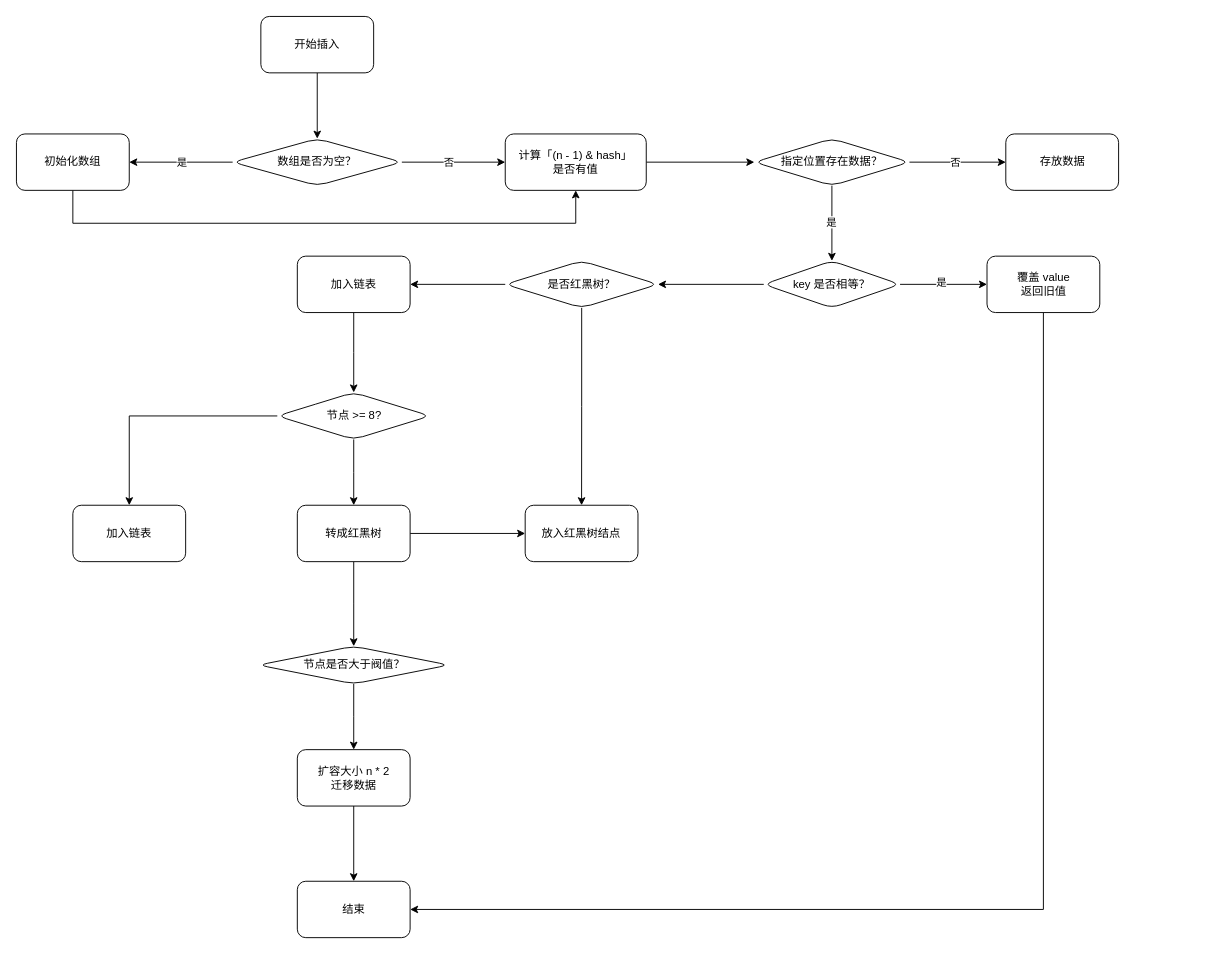
This is HashMap 插入过程.drawio from HaiHuangCHN/diagrams, a draw.io file, before an edit. Source tidied: cells renumbered, new cells numbered last; positions are measured from the earlier drawing's top-left corner, leaving out a move shared by most shapes. Both pictures are drawn from the tidied source at 94%, with x=0, y=0 at pixel (16, 16).
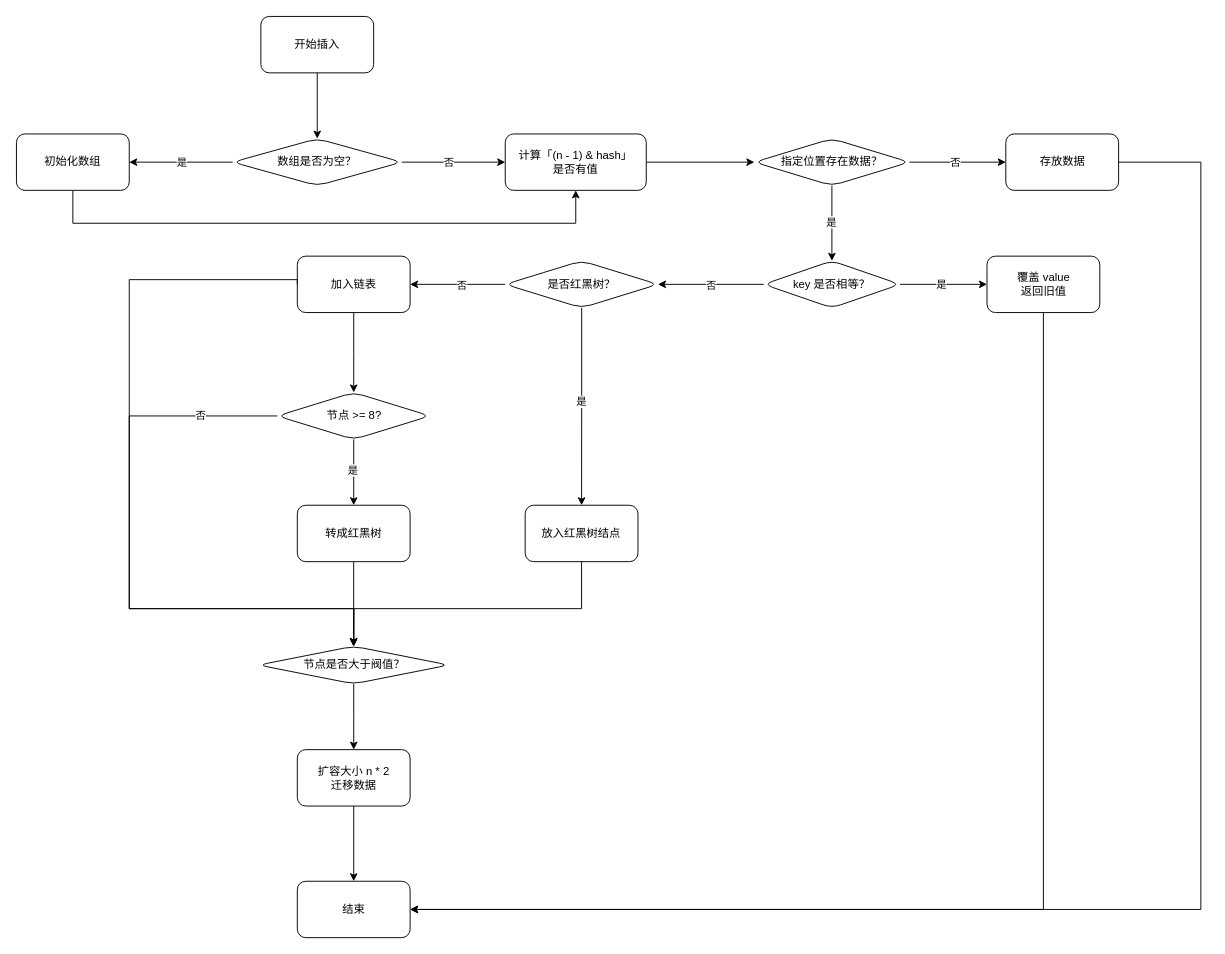
The same page after the edit.

Commit message:
更新HashMap 插入过程.drawio

Unchanged cells that the change refers to:
```xml
<mxCell id="18" value="存放数据" style="whiteSpace=wrap;html=1;rounded=1;" parent="1" vertex="1">
  <mxGeometry x="1052.5" y="125" width="120" height="60" as="geometry" />
</mxCell>
<mxCell id="19" style="edgeStyle=orthogonalEdgeStyle;rounded=0;jettySize=auto;html=1;" parent="1" edge="1" source="22" target="24">
  <mxGeometry relative="1" as="geometry" />
</mxCell>
<mxCell id="21" style="edgeStyle=orthogonalEdgeStyle;rounded=0;jettySize=auto;html=1;" parent="1" edge="1" source="22" target="27">
  <mxGeometry relative="1" as="geometry" />
</mxCell>
<mxCell id="25" style="edgeStyle=orthogonalEdgeStyle;rounded=0;jettySize=auto;html=1;" parent="1" edge="1" source="27" target="28">
  <mxGeometry relative="1" as="geometry" />
</mxCell>
<mxCell id="26" style="edgeStyle=orthogonalEdgeStyle;rounded=0;jettySize=auto;html=1;" parent="1" edge="1" source="27" target="30">
  <mxGeometry relative="1" as="geometry" />
</mxCell>
<mxCell id="28" value="放入红黑树结点" style="whiteSpace=wrap;html=1;rounded=1;" parent="1" vertex="1">
  <mxGeometry x="541.2" y="520" width="120" height="60" as="geometry" />
</mxCell>
<mxCell id="30" value="加入链表" style="whiteSpace=wrap;html=1;rounded=1;" parent="1" vertex="1">
  <mxGeometry x="298.8" y="255" width="120" height="60" as="geometry" />
</mxCell>
<mxCell id="31" style="edgeStyle=orthogonalEdgeStyle;rounded=0;jettySize=auto;html=1;" parent="1" edge="1" source="33" target="36">
  <mxGeometry relative="1" as="geometry" />
</mxCell>
<mxCell id="33" value="节点 &amp;gt;= 8?" style="rhombus;whiteSpace=wrap;html=1;rounded=1;" parent="1" vertex="1">
  <mxGeometry x="277.5" y="400" width="162.5" height="50" as="geometry" />
</mxCell>
<mxCell id="36" value="转成红黑树" style="whiteSpace=wrap;html=1;rounded=1;" parent="1" vertex="1">
  <mxGeometry x="298.8" y="520" width="120" height="60" as="geometry" />
</mxCell>
<mxCell id="39" value="节点是否大于阀值？" style="rhombus;whiteSpace=wrap;html=1;rounded=1;" parent="1" vertex="1">
  <mxGeometry x="257.5" y="670" width="202.5" height="40" as="geometry" />
</mxCell>
<mxCell id="42" value="结束" style="whiteSpace=wrap;html=1;rounded=1;" parent="1" vertex="1">
  <mxGeometry x="298.8" y="920" width="120" height="60" as="geometry" />
</mxCell>
```

Diff of the diagram source:
```diff
@@
+    <mxCell id="43" style="edgeStyle=orthogonalEdgeStyle;rounded=0;jettySize=auto;html=1;entryX=1;entryY=0.5;entryDx=0;entryDy=0;" parent="1" edge="1" source="18" target="42">
+      <mxGeometry relative="1" as="geometry">
+        <Array as="points">
+          <mxPoint x="1260" y="155" />
+          <mxPoint x="1260" y="950" />
+        </Array>
+      </mxGeometry>
+    </mxCell>
@@
     <mxCell id="20" value="是" style="edgeLabel;html=1;align=center;verticalAlign=middle;" parent="19" vertex="1">
       <mxGeometry x="-0.06" y="-2" relative="1" as="geometry">
-        <mxPoint y="-5" as="offset" />
+        <mxPoint y="-3" as="offset" />
       </mxGeometry>
     </mxCell>
@@
+    <mxCell id="44" value="否" style="edgeLabel;html=1;align=center;verticalAlign=middle;" parent="21" vertex="1">
+      <mxGeometry y="1" relative="1" as="geometry">
+        <mxPoint x="-1" y="-1" as="offset" />
+      </mxGeometry>
+    </mxCell>
@@
+    <mxCell id="45" value="是" style="edgeLabel;html=1;align=center;verticalAlign=middle;" parent="25" vertex="1">
+      <mxGeometry x="-0.05" y="1" relative="1" as="geometry">
+        <mxPoint x="-2" as="offset" />
+      </mxGeometry>
+    </mxCell>
@@
+    <mxCell id="46" value="否" style="edgeLabel;html=1;align=center;verticalAlign=middle;" parent="26" vertex="1">
+      <mxGeometry x="-0.07" y="1" relative="1" as="geometry">
+        <mxPoint y="-1" as="offset" />
+      </mxGeometry>
+    </mxCell>
@@
+    <mxCell id="47" style="edgeStyle=orthogonalEdgeStyle;rounded=0;jettySize=auto;html=1;entryX=0.5;entryY=0;entryDx=0;entryDy=0;" parent="1" edge="1" source="28" target="39">
+      <mxGeometry relative="1" as="geometry">
+        <Array as="points">
+          <mxPoint x="601" y="630" />
+          <mxPoint x="359" y="630" />
+        </Array>
+      </mxGeometry>
+    </mxCell>
@@
-    <mxCell id="32" style="edgeStyle=orthogonalEdgeStyle;rounded=0;jettySize=auto;html=1;" parent="1" edge="1" source="33" target="37">
-      <mxGeometry relative="1" as="geometry" />
-    </mxCell>
+    <mxCell id="48" value="是" style="edgeLabel;html=1;align=center;verticalAlign=middle;" parent="31" vertex="1">
+      <mxGeometry x="-0.05" y="2" relative="1" as="geometry">
+        <mxPoint x="-3" as="offset" />
+      </mxGeometry>
+    </mxCell>
+    <mxCell id="49" style="edgeStyle=orthogonalEdgeStyle;rounded=0;jettySize=auto;html=1;entryX=0.5;entryY=0;entryDx=0;entryDy=0;" parent="1" edge="1" source="33" target="39">
+      <mxGeometry relative="1" as="geometry">
+        <Array as="points">
+          <mxPoint x="120" y="425" />
+          <mxPoint x="120" y="630" />
+          <mxPoint x="359" y="630" />
+        </Array>
+      </mxGeometry>
+    </mxCell>
+    <mxCell id="50" value="否" style="edgeLabel;html=1;align=center;verticalAlign=middle;" parent="49" vertex="1">
+      <mxGeometry x="-0.74" y="-3" relative="1" as="geometry">
+        <mxPoint x="1" y="2" as="offset" />
+      </mxGeometry>
+    </mxCell>
@@
-    <mxCell id="34" style="edgeStyle=orthogonalEdgeStyle;rounded=0;jettySize=auto;html=1;entryX=0;entryY=0.5;entryDx=0;entryDy=0;" parent="1" edge="1" source="36" target="28">
-      <mxGeometry relative="1" as="geometry" />
-    </mxCell>
-    <mxCell id="35" style="edgeStyle=orthogonalEdgeStyle;rounded=0;jettySize=auto;html=1;" parent="1" edge="1" source="36" target="39">
+    <mxCell id="35" style="edgeStyle=orthogonalEdgeStyle;rounded=0;jettySize=auto;html=1;entryX=0.5;entryY=0;entryDx=0;entryDy=0;" parent="1" edge="1" source="36" target="39">
       <mxGeometry relative="1" as="geometry" />
     </mxCell>
@@
-    <mxCell id="37" value="加入链表" style="whiteSpace=wrap;html=1;rounded=1;" parent="1" vertex="1">
-      <mxGeometry x="60" y="520" width="120" height="60" as="geometry" />
-    </mxCell>
+    <mxCell id="51" style="edgeStyle=orthogonalEdgeStyle;rounded=0;jettySize=auto;html=1;entryX=0.5;entryY=0;entryDx=0;entryDy=0;exitX=0;exitY=0.5;exitDx=0;exitDy=0;" parent="1" edge="1" source="30" target="39">
+      <mxGeometry relative="1" as="geometry">
+        <Array as="points">
+          <mxPoint x="299" y="280" />
+          <mxPoint x="120" y="280" />
+          <mxPoint x="120" y="630" />
+          <mxPoint x="359" y="630" />
+        </Array>
+      </mxGeometry>
+    </mxCell>
```
